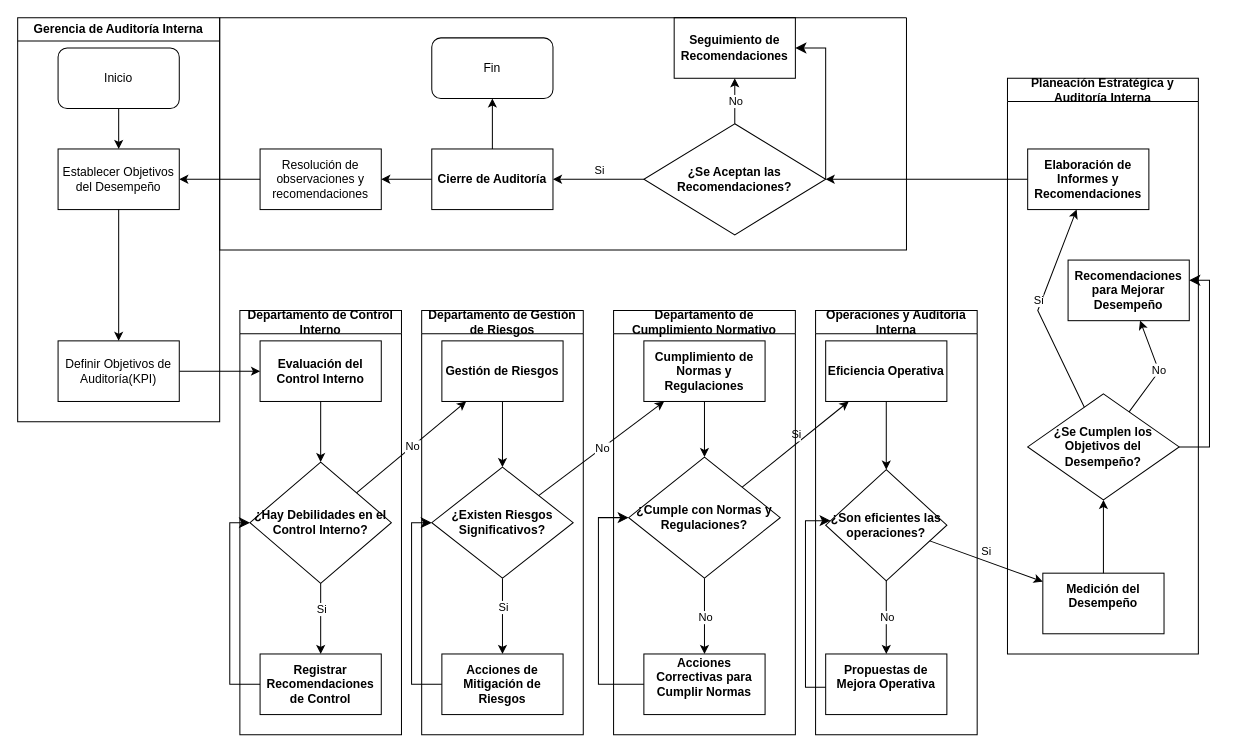
Earlier version of the draw.io diagram Auditoria Interna.drawio (df478/Proyecto-INF324). Source tidied: cells renumbered, new cells numbered last; positions are measured from the earlier drawing's top-left corner, leaving out a move shared by most shapes. Both pictures are drawn from the tidied source at 101%, with x=0, y=0 at pixel (17, 17).
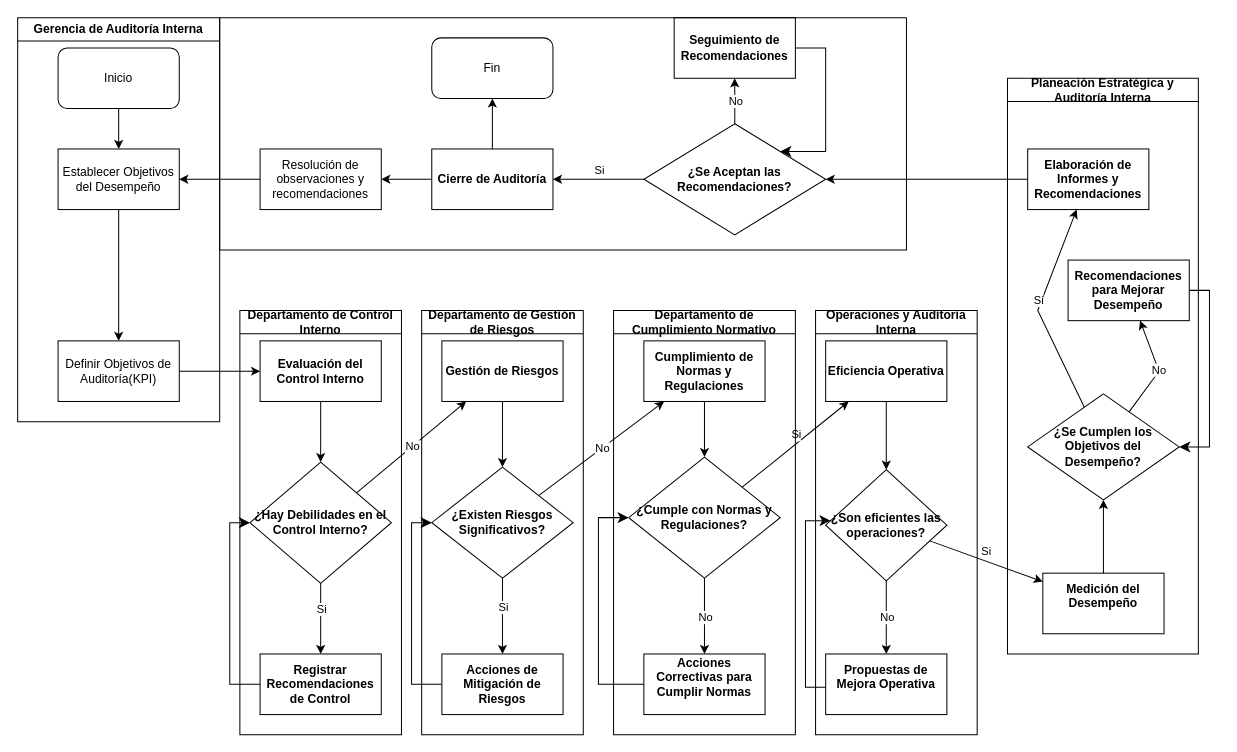
The same page after the edit.

The change refers to these unchanged cells:
```xml
<mxCell id="37" value="&lt;span class=&quot;notion-enable-hover&quot; style=&quot;font-weight:600&quot;&gt;¿Se Cumplen los Objetivos del Desempeño?&lt;/span&gt;" style="rhombus;whiteSpace=wrap;html=1;" parent="1" vertex="1">
  <mxGeometry x="1000" y="372.5" width="150" height="105" as="geometry" />
</mxCell>
<mxCell id="38" value="&lt;span class=&quot;notion-enable-hover&quot; style=&quot;font-weight:600&quot;&gt;Recomendaciones para Mejorar Desempeño&lt;/span&gt;" style="rounded=0;whiteSpace=wrap;html=1;" parent="1" vertex="1">
  <mxGeometry x="1040" y="240" width="120" height="60" as="geometry" />
</mxCell>
<mxCell id="44" value="&lt;span class=&quot;notion-enable-hover&quot; style=&quot;font-weight:600&quot;&gt;¿Se Aceptan las Recomendaciones?&lt;/span&gt;" style="rhombus;whiteSpace=wrap;html=1;" parent="1" vertex="1">
  <mxGeometry x="620" y="105" width="180" height="110" as="geometry" />
</mxCell>
<mxCell id="53" value="&lt;span class=&quot;notion-enable-hover&quot; style=&quot;font-weight:600&quot;&gt;Seguimiento de Recomendaciones&lt;/span&gt;" style="rounded=0;whiteSpace=wrap;html=1;" parent="1" vertex="1">
  <mxGeometry x="650" width="120" height="60" as="geometry" />
</mxCell>
```

The edit, as a diff of the source:
```diff
@@
-    <mxCell id="73" style="edgeStyle=segmentEdgeStyle;endArrow=classic;html=1;curved=0;rounded=0;endSize=8;startSize=8;" parent="1" edge="1" source="37" target="38">
+    <mxCell id="73" style="edgeStyle=segmentEdgeStyle;endArrow=classic;html=1;curved=0;rounded=0;endSize=8;startSize=8;" parent="1" edge="1" source="38" target="37">
       <mxGeometry relative="1" as="geometry">
         <Array as="points">
+          <mxPoint x="1180" y="270" />
           <mxPoint x="1180" y="425" />
-          <mxPoint x="1180" y="260" />
         </Array>
       </mxGeometry>
     </mxCell>
-    <mxCell id="74" style="edgeStyle=elbowEdgeStyle;elbow=horizontal;endArrow=classic;html=1;curved=0;rounded=0;endSize=8;startSize=8;entryX=1;entryY=0.5;entryDx=0;entryDy=0;" parent="1" edge="1" source="44" target="53">
+    <mxCell id="74" style="edgeStyle=elbowEdgeStyle;elbow=horizontal;endArrow=classic;html=1;curved=0;rounded=0;endSize=8;startSize=8;entryX=1;entryY=0;entryDx=0;entryDy=0;exitX=1;exitY=0.5;exitDx=0;exitDy=0;" parent="1" edge="1" source="53" target="44">
       <mxGeometry relative="1" as="geometry">
         <Array as="points">
-          <mxPoint x="800" y="70" />
+          <mxPoint x="800" y="90" />
+          <mxPoint x="830" y="60" />
         </Array>
       </mxGeometry>
     </mxCell>
```
